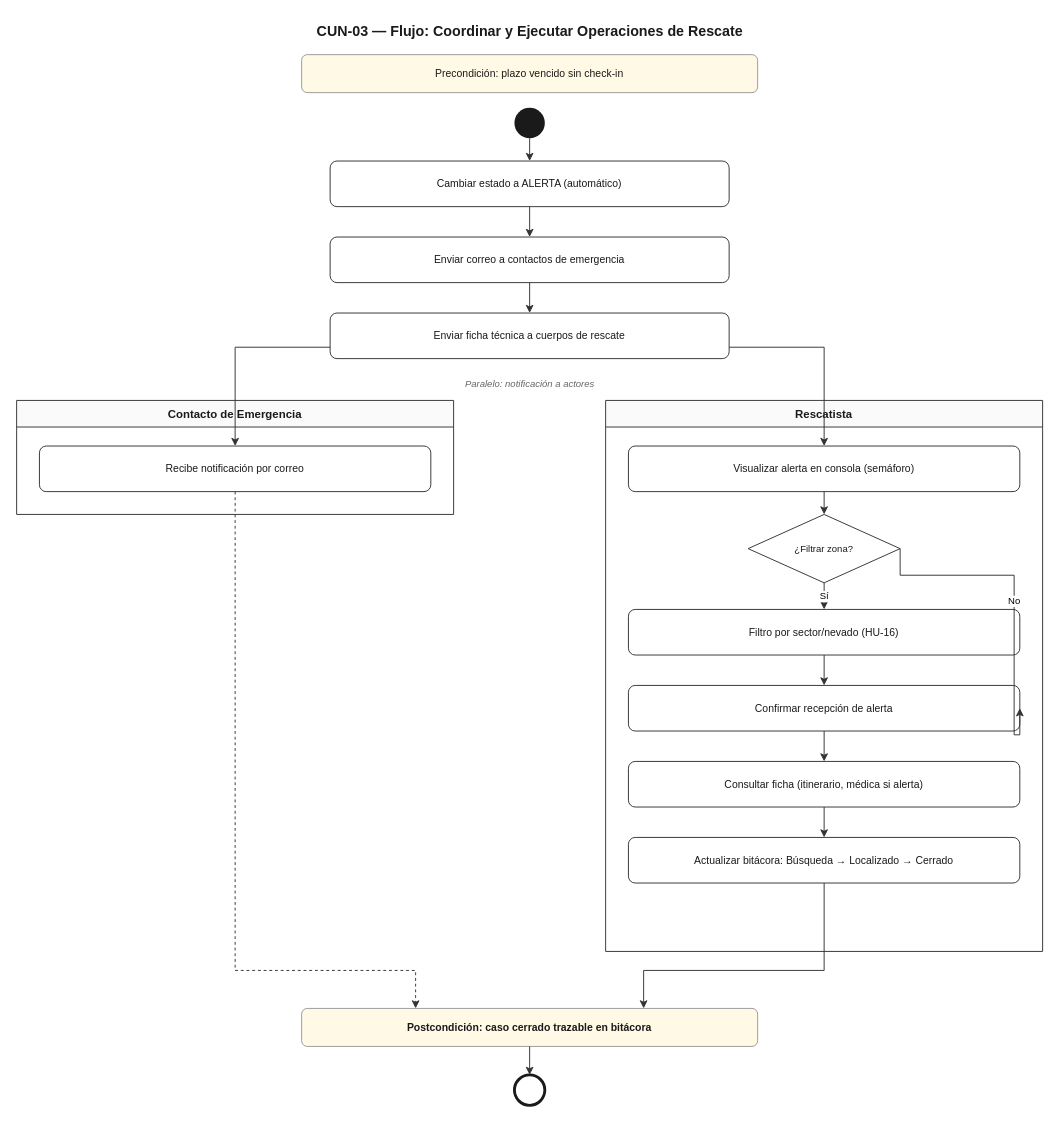
Earlier version of the draw.io diagram docs/uml/01-negocio/02-flujo-CUN-03.drawio (TrekSake/treksafe-app). Source tidied: cells renumbered, new cells numbered last; positions are measured from the earlier drawing's top-left corner, leaving out a move shared by most shapes. Both pictures are drawn from the tidied source at 95%, with x=0, y=0 at pixel (16, 16).
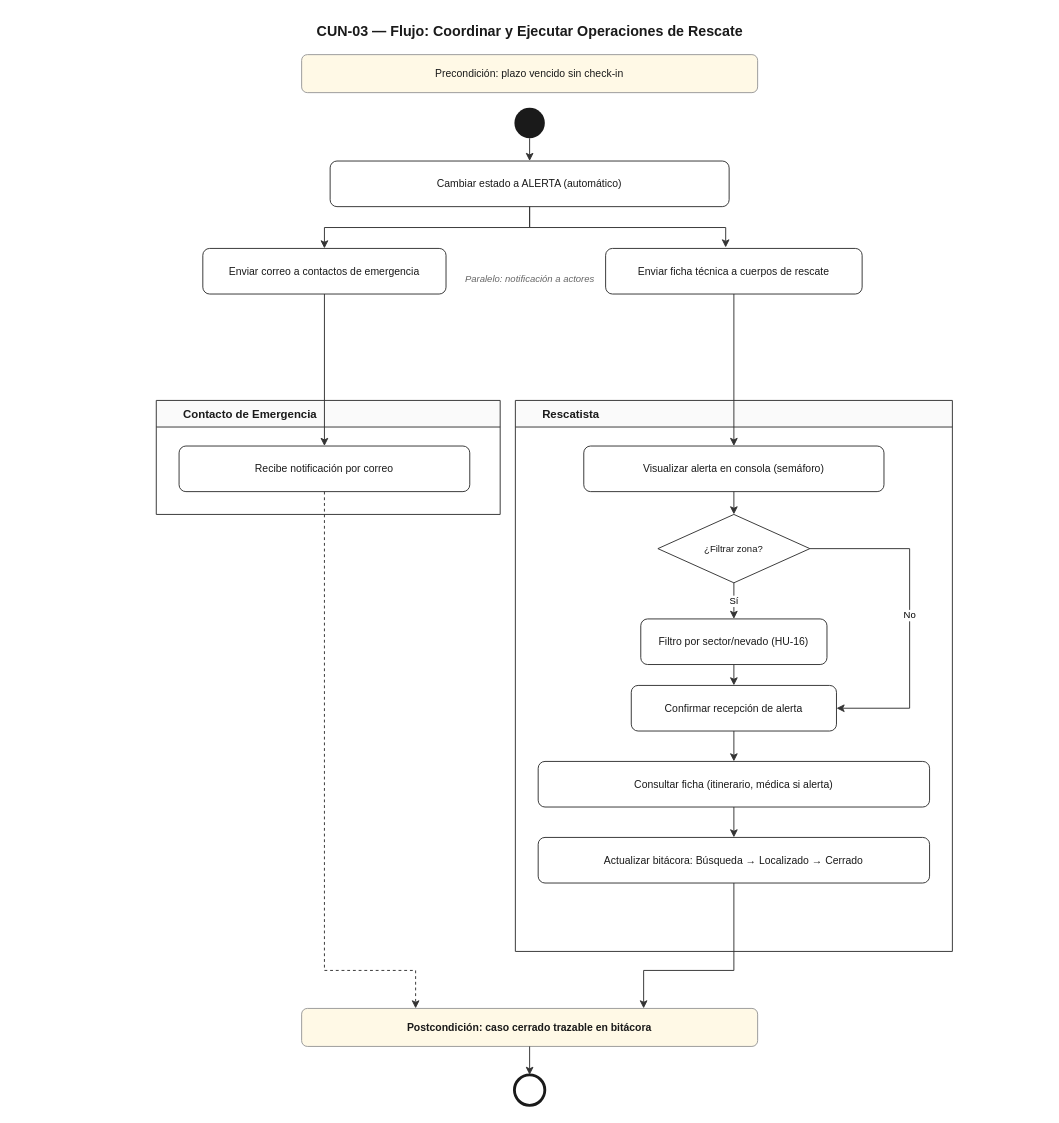
Above is the later version.

Unchanged cells that the change refers to:
```xml
<mxCell id="5" value="Cambiar estado a ALERTA (automático)" style="rounded=1;whiteSpace=wrap;html=1;fillColor=#FFFFFF;strokeColor=#333333;fontColor=#1A1A1A;fontSize=11;" parent="1" vertex="1">
  <mxGeometry x="330" y="152" width="420" height="48" as="geometry" />
</mxCell>
<mxCell id="13" value="¿Filtrar zona?" style="rhombus;whiteSpace=wrap;html=1;fillColor=#FFFFFF;strokeColor=#333333;fontColor=#1A1A1A;fontSize=10;" parent="11" vertex="1">
  <mxGeometry x="150" y="120" width="160" height="72" as="geometry" />
</mxCell>
<mxCell id="17" value="Actualizar bitácora: Búsqueda → Localizado → Cerrado" style="rounded=1;whiteSpace=wrap;html=1;fillColor=#FFFFFF;strokeColor=#333333;fontColor=#1A1A1A;fontSize=11;" parent="11" vertex="1">
  <mxGeometry x="24" y="460" width="412" height="48" as="geometry" />
</mxCell>
<mxCell id="18" value="Postcondición: caso cerrado trazable en bitácora" style="rounded=1;whiteSpace=wrap;html=1;fillColor=#FFF9E6;strokeColor=#999999;fontColor=#1A1A1A;fontSize=11;fontStyle=1;" parent="1" vertex="1">
  <mxGeometry x="300" y="1044" width="480" height="40" as="geometry" />
</mxCell>
```

What changed in the source:
```diff
@@
     <mxCell id="6" value="Enviar correo a contactos de emergencia" style="rounded=1;whiteSpace=wrap;html=1;fillColor=#FFFFFF;strokeColor=#333333;fontColor=#1A1A1A;fontSize=11;" parent="1" vertex="1">
-      <mxGeometry x="330" y="232" width="420" height="48" as="geometry" />
+      <mxGeometry x="196" y="244" width="256" height="48" as="geometry" />
     </mxCell>
     <mxCell id="7" value="Enviar ficha técnica a cuerpos de rescate" style="rounded=1;whiteSpace=wrap;html=1;fillColor=#FFFFFF;strokeColor=#333333;fontColor=#1A1A1A;fontSize=11;" parent="1" vertex="1">
-      <mxGeometry x="330" y="312" width="420" height="48" as="geometry" />
+      <mxGeometry x="620" y="244" width="270" height="48" as="geometry" />
     </mxCell>
     <mxCell id="8" value="Paralelo: notificación a actores" style="text;html=1;strokeColor=none;fillColor=none;align=center;fontSize=10;fontColor=#666666;fontStyle=2;" parent="1" vertex="1">
-      <mxGeometry x="370" y="374" width="340" height="20" as="geometry" />
+      <mxGeometry x="370" y="264" width="340" height="20" as="geometry" />
     </mxCell>
-    <mxCell id="9" value="Contacto de Emergencia" style="swimlane;startSize=28;fillColor=#FAFAFA;strokeColor=#333333;fontColor=#1A1A1A;fontStyle=1;" parent="1" vertex="1">
-      <mxGeometry y="404" width="460" height="120" as="geometry" />
+    <mxCell id="9" value="        Contacto de Emergencia" style="swimlane;startSize=28;fillColor=#FAFAFA;strokeColor=#333333;fontColor=#1A1A1A;fontStyle=1;align=left;" parent="1" vertex="1">
+      <mxGeometry x="147" y="404" width="362" height="120" as="geometry" />
     </mxCell>
     <mxCell id="10" value="Recibe notificación por correo" style="rounded=1;whiteSpace=wrap;html=1;fillColor=#FFFFFF;strokeColor=#333333;fontColor=#1A1A1A;fontSize=11;" parent="9" vertex="1">
-      <mxGeometry x="24" y="48" width="412" height="48" as="geometry" />
+      <mxGeometry x="24" y="48" width="306" height="48" as="geometry" />
     </mxCell>
-    <mxCell id="11" value="Rescatista" style="swimlane;startSize=28;fillColor=#FAFAFA;strokeColor=#333333;fontColor=#1A1A1A;fontStyle=1;" parent="1" vertex="1">
-      <mxGeometry x="620" y="404" width="460" height="580" as="geometry" />
+    <mxCell id="11" value="        Rescatista" style="swimlane;startSize=28;fillColor=#FAFAFA;strokeColor=#333333;fontColor=#1A1A1A;fontStyle=1;align=left;" parent="1" vertex="1">
+      <mxGeometry x="525" y="404" width="460" height="580" as="geometry" />
     </mxCell>
     <mxCell id="12" value="Visualizar alerta en consola (semáforo)" style="rounded=1;whiteSpace=wrap;html=1;fillColor=#FFFFFF;strokeColor=#333333;fontColor=#1A1A1A;fontSize=11;" parent="11" vertex="1">
-      <mxGeometry x="24" y="48" width="412" height="48" as="geometry" />
+      <mxGeometry x="72" y="48" width="316" height="48" as="geometry" />
     </mxCell>
@@
     <mxCell id="14" value="Filtro por sector/nevado (HU-16)" style="rounded=1;whiteSpace=wrap;html=1;fillColor=#FFFFFF;strokeColor=#333333;fontColor=#1A1A1A;fontSize=11;" parent="11" vertex="1">
-      <mxGeometry x="24" y="220" width="412" height="48" as="geometry" />
+      <mxGeometry x="132" y="230" width="196" height="48" as="geometry" />
     </mxCell>
     <mxCell id="15" value="Confirmar recepción de alerta" style="rounded=1;whiteSpace=wrap;html=1;fillColor=#FFFFFF;strokeColor=#333333;fontColor=#1A1A1A;fontSize=11;" parent="11" vertex="1">
-      <mxGeometry x="24" y="300" width="412" height="48" as="geometry" />
+      <mxGeometry x="122" y="300" width="216" height="48" as="geometry" />
     </mxCell>
@@
-    <mxCell id="22" style="edgeStyle=orthogonalEdgeStyle;rounded=0;html=1;strokeColor=#333333;" parent="1" edge="1" source="6" target="7">
-      <mxGeometry relative="1" as="geometry" />
-    </mxCell>
-    <mxCell id="23" style="edgeStyle=orthogonalEdgeStyle;rounded=0;html=1;strokeColor=#333333;exitX=0;exitY=0.75;entryX=0.5;entryY=0;" parent="1" edge="1" source="7" target="10">
-      <mxGeometry relative="1" as="geometry">
-        <Array as="points">
-          <mxPoint x="230" y="348" />
-          <mxPoint x="230" y="452" />
-        </Array>
-      </mxGeometry>
-    </mxCell>
-    <mxCell id="24" style="edgeStyle=orthogonalEdgeStyle;rounded=0;html=1;strokeColor=#333333;exitX=1;exitY=0.75;entryX=0.5;entryY=0;" parent="1" edge="1" source="7" target="12">
+    <mxCell id="24" style="edgeStyle=orthogonalEdgeStyle;rounded=0;html=1;strokeColor=#333333;exitX=0.5;exitY=1;entryX=0.5;entryY=0;exitDx=0;exitDy=0;" parent="1" edge="1" source="7" target="12">
       <mxGeometry relative="1" as="geometry">
         <Array as="points">
-          <mxPoint x="850" y="348" />
-          <mxPoint x="850" y="452" />
+          <mxPoint x="755" y="452" />
         </Array>
       </mxGeometry>
     </mxCell>
@@
     <mxCell id="27" value="No" style="edgeStyle=orthogonalEdgeStyle;rounded=0;html=1;strokeColor=#333333;fontSize=10;exitX=1;exitY=0.5;entryX=1;entryY=0.5;" parent="1" edge="1" source="13" target="15">
       <mxGeometry relative="1" as="geometry">
         <Array as="points">
-          <mxPoint x="1050" y="588" />
-          <mxPoint x="1050" y="756" />
+          <mxPoint x="940" y="560" />
+          <mxPoint x="940" y="728" />
         </Array>
       </mxGeometry>
     </mxCell>
@@
     <mxCell id="31" style="edgeStyle=orthogonalEdgeStyle;rounded=0;html=1;strokeColor=#333333;exitX=0.5;exitY=1;entryX=0.75;entryY=0;" parent="1" edge="1" source="17" target="18">
       <mxGeometry relative="1" as="geometry">
         <Array as="points">
-          <mxPoint x="850" y="1004" />
+          <mxPoint x="755" y="1004" />
           <mxPoint x="660" y="1004" />
         </Array>
       </mxGeometry>
     </mxCell>
     <mxCell id="32" style="edgeStyle=orthogonalEdgeStyle;rounded=0;html=1;strokeColor=#333333;dashed=1;exitX=0.5;exitY=1;entryX=0.25;entryY=0;" parent="1" edge="1" source="10" target="18">
       <mxGeometry relative="1" as="geometry">
         <Array as="points">
-          <mxPoint x="230" y="1004" />
+          <mxPoint x="324" y="1004" />
           <mxPoint x="420" y="1004" />
         </Array>
       </mxGeometry>
     </mxCell>
@@
+    <mxCell id="34" style="edgeStyle=orthogonalEdgeStyle;rounded=0;html=1;strokeColor=#333333;entryX=0.468;entryY=-0.021;entryDx=0;entryDy=0;entryPerimeter=0;exitX=0.5;exitY=1;exitDx=0;exitDy=0;" parent="1" edge="1" source="5" target="7">
+      <mxGeometry relative="1" as="geometry" />
+    </mxCell>
+    <mxCell id="35" style="rounded=0;html=1;strokeColor=#333333;exitX=0.5;exitY=1;exitDx=0;exitDy=0;entryX=0.5;entryY=0;entryDx=0;entryDy=0;" parent="1" edge="1" source="6" target="10">
+      <mxGeometry relative="1" as="geometry" />
+    </mxCell>
```
